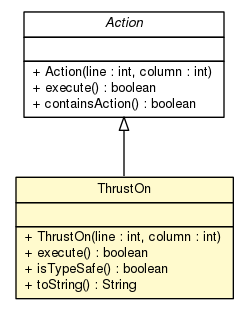
sinopeus/asteroids keeps this Graphviz diagram as doc/model/programs/parsing/language/statement/action/ThrustOn.png. Above is the earlier version. Its source is kept beside it as doc/model/programs/parsing/language/statement/action/ThrustOn.dot. Its diagram source:
```dot

digraph G {
	edge [fontname="Helvetica",fontsize=10,labelfontname="Helvetica",labelfontsize=10];
	node [fontname="Helvetica",fontsize=10,shape=plaintext];
	nodesep=0.25;
	ranksep=0.5;
	c16568 [label=<<table title="model.programs.parsing.language.statement.action.Action" border="0" cellborder="1" cellspacing="0" cellpadding="2" port="p" href="./Action.html">
		<tr><td><table border="0" cellspacing="0" cellpadding="1">
<tr><td align="center" balign="center"><font face="Helvetica-Oblique"> Action </font></td></tr>
		</table></td></tr>
		<tr><td><table border="0" cellspacing="0" cellpadding="1">
<tr><td align="left" balign="left">  </td></tr>
		</table></td></tr>
		<tr><td><table border="0" cellspacing="0" cellpadding="1">
<tr><td align="left" balign="left"> + Action(line : int, column : int) </td></tr>
<tr><td align="left" balign="left"> + execute() : boolean </td></tr>
<tr><td align="left" balign="left"> + containsAction() : boolean </td></tr>
		</table></td></tr>
		</table>>, URL="./Action.html", fontname="Helvetica", fontcolor="black", fontsize=10.0];
	c16570 [label=<<table title="model.programs.parsing.language.statement.action.ThrustOn" border="0" cellborder="1" cellspacing="0" cellpadding="2" port="p" bgcolor="lemonChiffon" href="./ThrustOn.html">
		<tr><td><table border="0" cellspacing="0" cellpadding="1">
<tr><td align="center" balign="center"> ThrustOn </td></tr>
		</table></td></tr>
		<tr><td><table border="0" cellspacing="0" cellpadding="1">
<tr><td align="left" balign="left">  </td></tr>
		</table></td></tr>
		<tr><td><table border="0" cellspacing="0" cellpadding="1">
<tr><td align="left" balign="left"> + ThrustOn(line : int, column : int) </td></tr>
<tr><td align="left" balign="left"> + execute() : boolean </td></tr>
<tr><td align="left" balign="left"> + isTypeSafe() : boolean </td></tr>
<tr><td align="left" balign="left"> + toString() : String </td></tr>
		</table></td></tr>
		</table>>, URL="./ThrustOn.html", fontname="Helvetica", fontcolor="black", fontsize=10.0];
	c16568:p -> c16570:p [dir=back,arrowtail=empty];
}
```
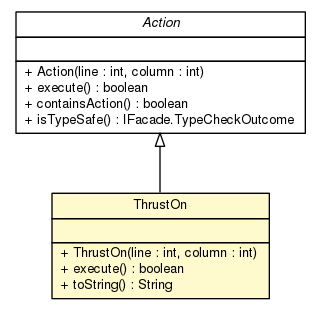
The same diagram one commit later.

What changed in the source:
```diff
@@ -4,7 +4,7 @@
 	node [fontname="Helvetica",fontsize=10,shape=plaintext];
 	nodesep=0.25;
 	ranksep=0.5;
-	c16568 [label=<<table title="model.programs.parsing.language.statement.action.Action" border="0" cellborder="1" cellspacing="0" cellpadding="2" port="p" href="./Action.html">
+	c16693 [label=<<table title="model.programs.parsing.language.statement.action.Action" border="0" cellborder="1" cellspacing="0" cellpadding="2" port="p" href="./Action.html">
 		<tr><td><table border="0" cellspacing="0" cellpadding="1">
 <tr><td align="center" balign="center"><font face="Helvetica-Oblique"> Action </font></td></tr>
 		</table></td></tr>
@@ -15,9 +15,10 @@
 <tr><td align="left" balign="left"> + Action(line : int, column : int) </td></tr>
 <tr><td align="left" balign="left"> + execute() : boolean </td></tr>
 <tr><td align="left" balign="left"> + containsAction() : boolean </td></tr>
+<tr><td align="left" balign="left"> + isTypeSafe() : IFacade.TypeCheckOutcome </td></tr>
 		</table></td></tr>
 		</table>>, URL="./Action.html", fontname="Helvetica", fontcolor="black", fontsize=10.0];
-	c16570 [label=<<table title="model.programs.parsing.language.statement.action.ThrustOn" border="0" cellborder="1" cellspacing="0" cellpadding="2" port="p" bgcolor="lemonChiffon" href="./ThrustOn.html">
+	c16695 [label=<<table title="model.programs.parsing.language.statement.action.ThrustOn" border="0" cellborder="1" cellspacing="0" cellpadding="2" port="p" bgcolor="lemonChiffon" href="./ThrustOn.html">
 		<tr><td><table border="0" cellspacing="0" cellpadding="1">
 <tr><td align="center" balign="center"> ThrustOn </td></tr>
 		</table></td></tr>
@@ -27,9 +28,8 @@
 		<tr><td><table border="0" cellspacing="0" cellpadding="1">
 <tr><td align="left" balign="left"> + ThrustOn(line : int, column : int) </td></tr>
 <tr><td align="left" balign="left"> + execute() : boolean </td></tr>
-<tr><td align="left" balign="left"> + isTypeSafe() : boolean </td></tr>
 <tr><td align="left" balign="left"> + toString() : String </td></tr>
 		</table></td></tr>
 		</table>>, URL="./ThrustOn.html", fontname="Helvetica", fontcolor="black", fontsize=10.0];
-	c16568:p -> c16570:p [dir=back,arrowtail=empty];
+	c16693:p -> c16695:p [dir=back,arrowtail=empty];
 }
```
